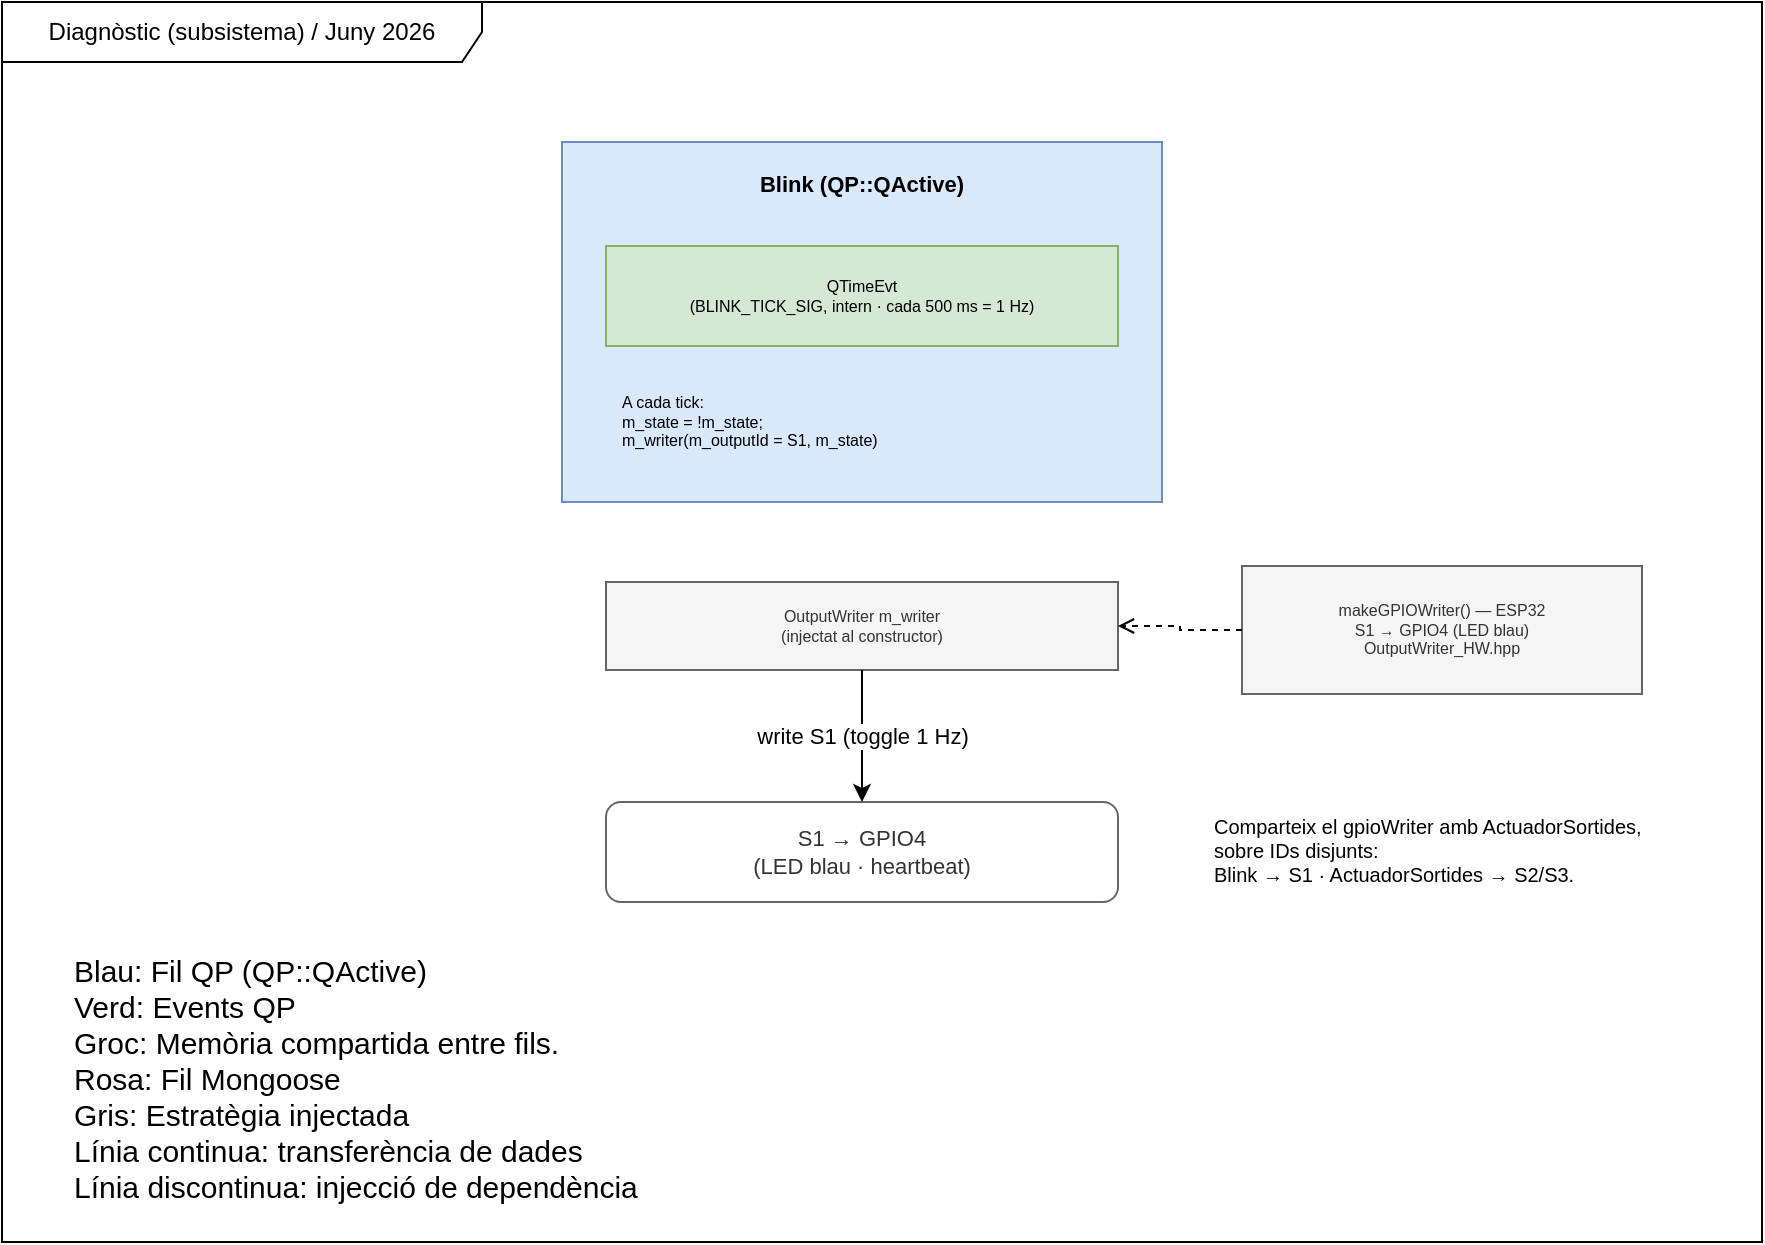
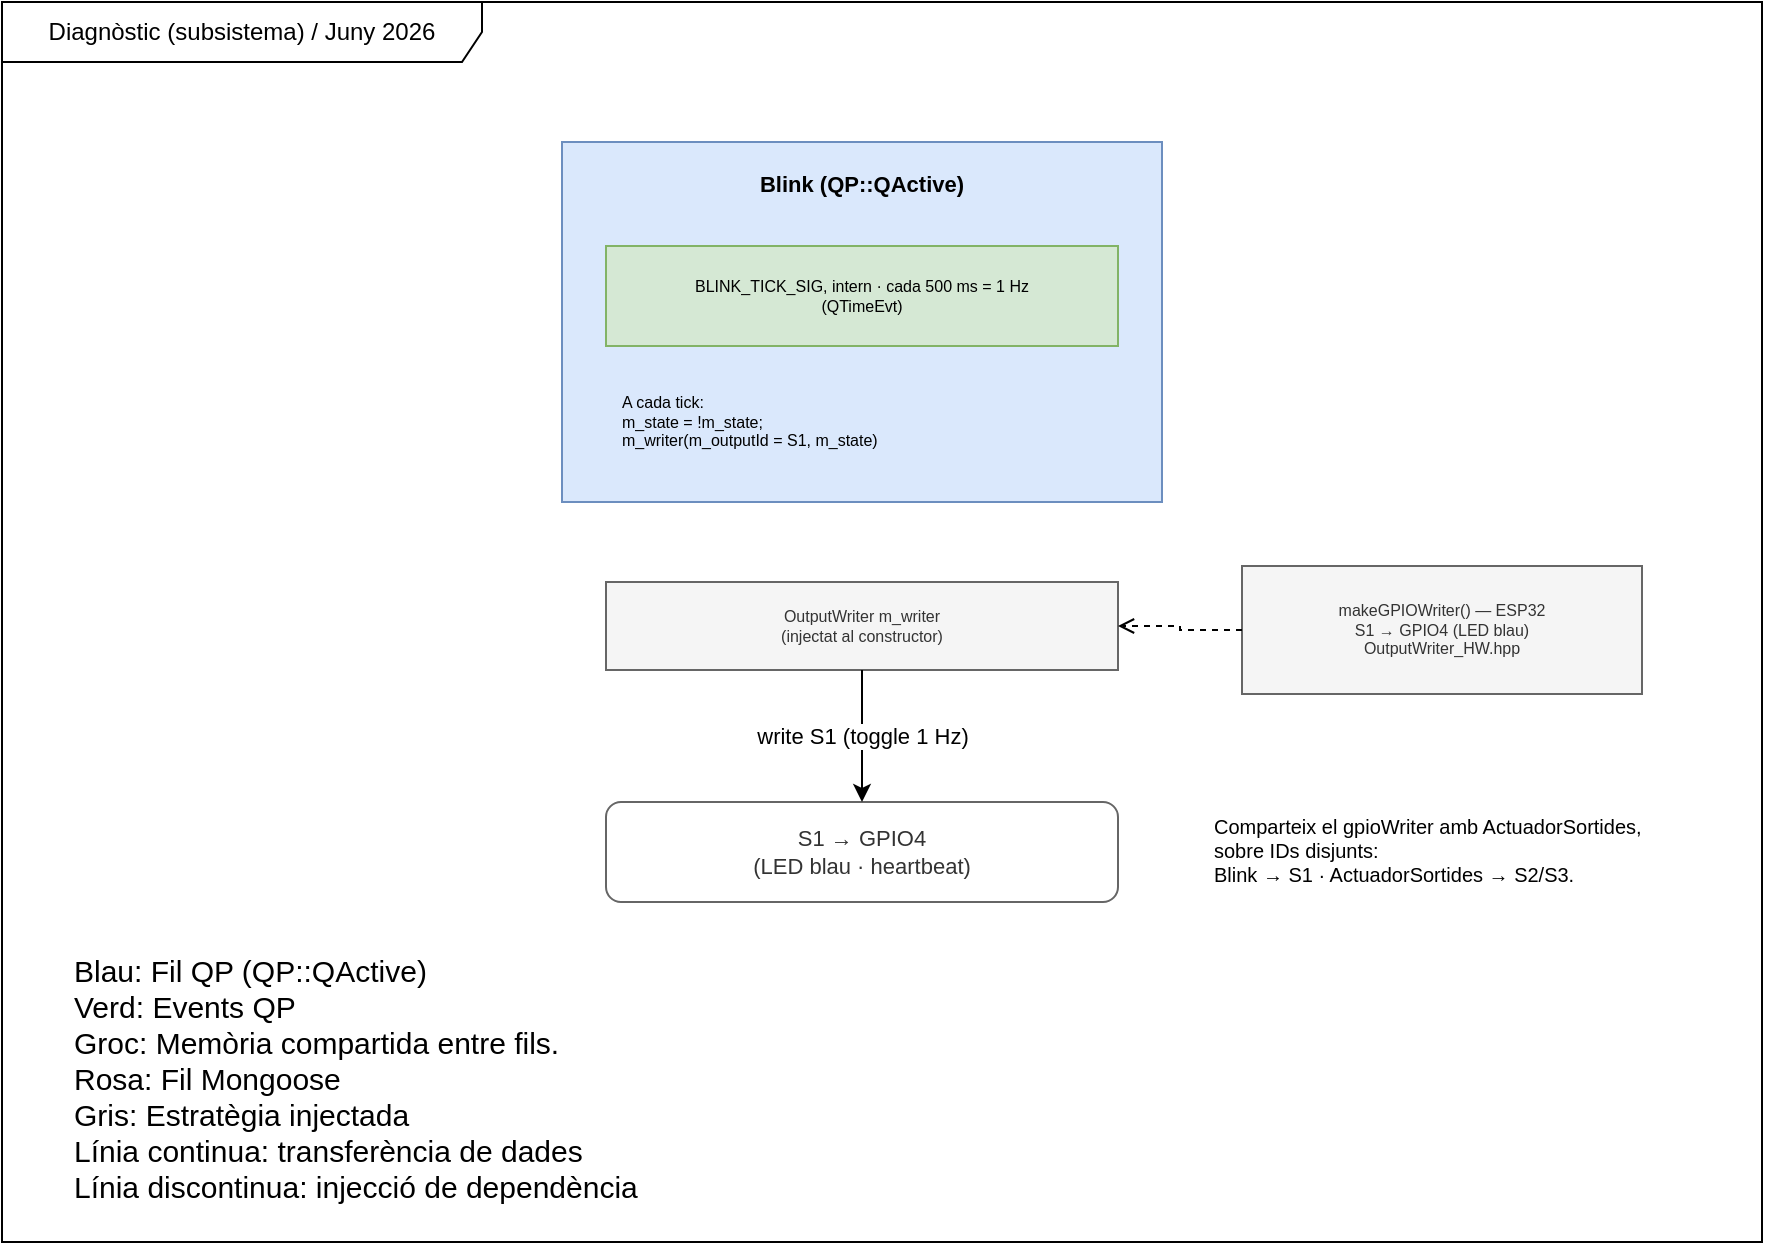
<mxfile host="Electron" agent="Claude Code" version="28.2.8">
  <diagram name="Diagnostic" id="diagnostic">
    <mxGraphModel dx="1209" dy="780" grid="1" gridSize="10" guides="1" tooltips="1" connect="1" arrows="1" fold="1" page="1" pageScale="1" pageWidth="1169" pageHeight="826" math="0" shadow="0">
      <root>
        <mxCell id="0" />
        <mxCell id="1" parent="0" />
        <mxCell id="frame" value="Diagnòstic (subsistema) / Juny 2026" style="shape=umlFrame;whiteSpace=wrap;html=1;pointerEvents=0;recursiveResize=0;collapsible=0;width=240;height=30;" parent="1" vertex="1">
          <mxGeometry x="40" y="40" width="880" height="620" as="geometry" />
        </mxCell>
        <mxCell id="blink" value="Blink (QP::QActive)" style="rounded=0;whiteSpace=wrap;html=1;fillColor=#dae8fc;strokeColor=#6c8ebf;fontSize=11;fontStyle=1;verticalAlign=top;spacingTop=8" parent="1" vertex="1">
          <mxGeometry x="320" y="110" width="300" height="180" as="geometry" />
        </mxCell>
-         <mxCell id="blink_tick" value="QTimeEvt&#xa;(BLINK_TICK_SIG, intern · cada 500 ms = 1 Hz)" style="rounded=0;whiteSpace=wrap;html=1;fillColor=#d5e8d4;strokeColor=#82b366;fontSize=8" parent="1" vertex="1">
+         <mxCell id="blink_tick" value="BLINK_TICK_SIG, intern · cada 500 ms = 1 Hz&#xa;(QTimeEvt)" style="rounded=0;whiteSpace=wrap;html=1;fillColor=#d5e8d4;strokeColor=#82b366;fontSize=8" parent="1" vertex="1">
          <mxGeometry x="342" y="162" width="256" height="50" as="geometry" />
        </mxCell>
        <mxCell id="blink_logic" value="A cada tick:&#xa;m_state = !m_state;&#xa;m_writer(m_outputId = S1, m_state)" style="text;html=1;whiteSpace=wrap;strokeColor=none;fillColor=none;align=left;verticalAlign=middle;fontSize=8;spacingLeft=6;" parent="1" vertex="1">
          <mxGeometry x="342" y="222" width="256" height="56" as="geometry" />
        </mxCell>
        <mxCell id="mwriter" value="OutputWriter m_writer&#xa;(injectat al constructor)" style="rounded=0;whiteSpace=wrap;html=1;fillColor=#f5f5f5;strokeColor=#666666;fontColor=#333333;fontSize=8" parent="1" vertex="1">
          <mxGeometry x="342" y="330" width="256" height="44" as="geometry" />
        </mxCell>
        <mxCell id="gpiowriter" value="makeGPIOWriter() — ESP32&#xa;S1 → GPIO4 (LED blau)&#xa;OutputWriter_HW.hpp" style="rounded=0;whiteSpace=wrap;html=1;fillColor=#f5f5f5;strokeColor=#666666;fontColor=#333333;fontSize=8" parent="1" vertex="1">
          <mxGeometry x="660" y="322" width="200" height="64" as="geometry" />
        </mxCell>
        <mxCell id="s1" value="S1 → GPIO4&#xa;(LED blau · heartbeat)" style="rounded=1;whiteSpace=wrap;html=1;fillColor=#ffffff;strokeColor=#666666;fontColor=#333333;fontSize=11;" parent="1" vertex="1">
          <mxGeometry x="342" y="440" width="256" height="50" as="geometry" />
        </mxCell>
        <mxCell id="note" value="Comparteix el gpioWriter amb ActuadorSortides, sobre IDs disjunts:&#xa;Blink → S1 · ActuadorSortides → S2/S3." style="text;html=1;whiteSpace=wrap;strokeColor=none;fillColor=none;align=left;verticalAlign=top;fontSize=10;spacingLeft=4;" parent="1" vertex="1">
          <mxGeometry x="640" y="440" width="230" height="80" as="geometry" />
        </mxCell>
        <mxCell id="e_inject" style="edgeStyle=orthogonalEdgeStyle;rounded=0;html=1;dashed=1;endArrow=open;endFill=0;exitX=0;exitY=0.5;exitDx=0;exitDy=0;entryX=1;entryY=0.5;entryDx=0;entryDy=0;fontFamily=Helvetica;fontSize=11;" parent="1" source="gpiowriter" target="mwriter" edge="1">
          <mxGeometry relative="1" as="geometry" />
        </mxCell>
        <mxCell id="e_write" value="write S1 (toggle 1 Hz)" style="edgeStyle=orthogonalEdgeStyle;rounded=0;html=1;exitX=0.5;exitY=1;exitDx=0;exitDy=0;entryX=0.5;entryY=0;entryDx=0;entryDy=0;fontFamily=Helvetica;fontSize=11;" parent="1" source="mwriter" target="s1" edge="1">
          <mxGeometry relative="1" as="geometry" />
        </mxCell>
        <mxCell id="legend" value="&lt;div&gt;&lt;font style=&quot;font-size: 15px;&quot;&gt;Blau: Fil QP (QP::QActive)&lt;/font&gt;&lt;/div&gt;&lt;div&gt;&lt;font style=&quot;font-size: 15px;&quot;&gt;Verd: Events QP&lt;/font&gt;&lt;/div&gt;&lt;div&gt;&lt;font style=&quot;font-size: 15px;&quot;&gt;Groc: Memòria compartida entre fils.&lt;/font&gt;&lt;/div&gt;&lt;div&gt;&lt;font style=&quot;font-size: 15px;&quot;&gt;Rosa: Fil Mongoose&lt;/font&gt;&lt;/div&gt;&lt;div&gt;&lt;font style=&quot;font-size: 15px;&quot;&gt;Gris: Estratègia injectada&lt;/font&gt;&lt;/div&gt;&lt;div&gt;&lt;font style=&quot;font-size: 15px;&quot;&gt;Línia continua: transferència de dades&lt;/font&gt;&lt;/div&gt;&lt;div&gt;&lt;font style=&quot;font-size: 15px;&quot;&gt;Línia discontinua: injecció de dependència&lt;/font&gt;&lt;/div&gt;" style="text;strokeColor=none;fillColor=none;align=left;verticalAlign=middle;spacingLeft=4;spacingRight=4;overflow=hidden;whiteSpace=wrap;html=1;" parent="1" vertex="1">
          <mxGeometry x="70" y="510" width="430" height="135" as="geometry" />
        </mxCell>
      </root>
    </mxGraphModel>
  </diagram>
</mxfile>
